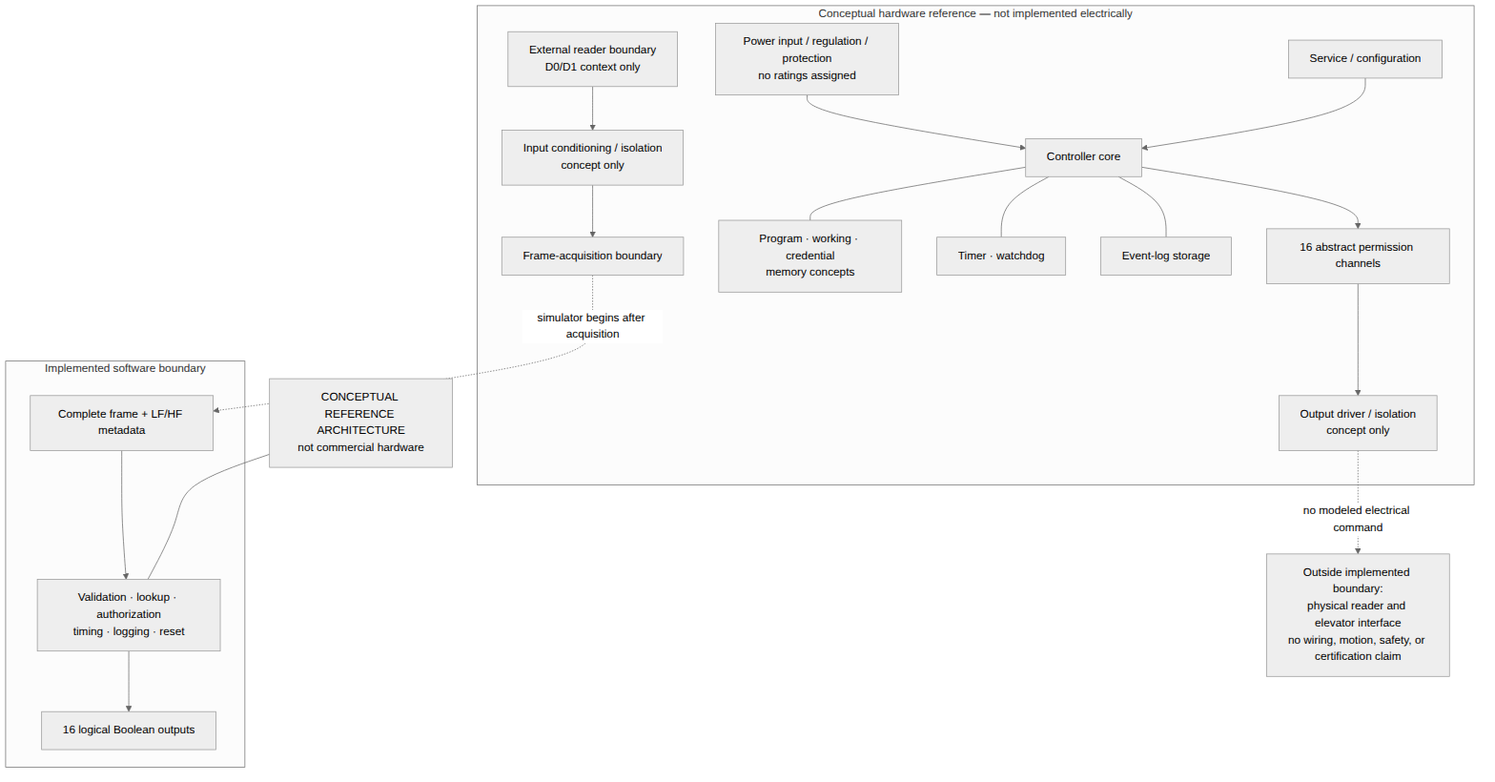
This is docs/figures/top_level_architecture.png from BarShtainv/EEEProjectElevator, a Mermaid export, as it was before one commit. Its source is kept beside it as docs/figures/top_level_architecture.mmd. Source of this version:
```mermaid
flowchart TB
    NOTE["CONCEPTUAL REFERENCE ARCHITECTURE<br/>not commercial hardware"]

    subgraph CONCEPT["Conceptual hardware reference — not implemented electrically"]
        PWR["Power input / regulation / protection<br/>no ratings assigned"]
        RDR["External reader boundary<br/>D0/D1 context only"]
        ISO["Input conditioning / isolation<br/>concept only"]
        ACQ["Frame-acquisition boundary"]
        CORE["Controller core"]
        MEM["Program · working · credential<br/>memory concepts"]
        TMW["Timer · watchdog"]
        ELOG["Event-log storage"]
        SVC["Service / configuration"]
        CH["16 abstract permission channels"]
        DRV["Output driver / isolation<br/>concept only"]
    end

    subgraph SIM["Implemented software boundary"]
        FRAME["Complete frame + LF/HF metadata"]
        MODEL["Validation · lookup · authorization<br/>timing · logging · reset"]
        ABSTRACT["16 logical Boolean outputs"]
    end

    OUTSIDE["Outside implemented boundary:<br/>physical reader and elevator interface<br/>no wiring, motion, safety, or certification claim"]

    PWR --> CORE
    RDR --> ISO --> ACQ -. "simulator begins after acquisition" .-> FRAME
    FRAME --> MODEL --> ABSTRACT
    CORE --- MEM
    CORE --- TMW
    CORE --- ELOG
    SVC --> CORE
    CORE --> CH --> DRV -. "no modeled electrical command" .-> OUTSIDE
    NOTE --- MODEL
```
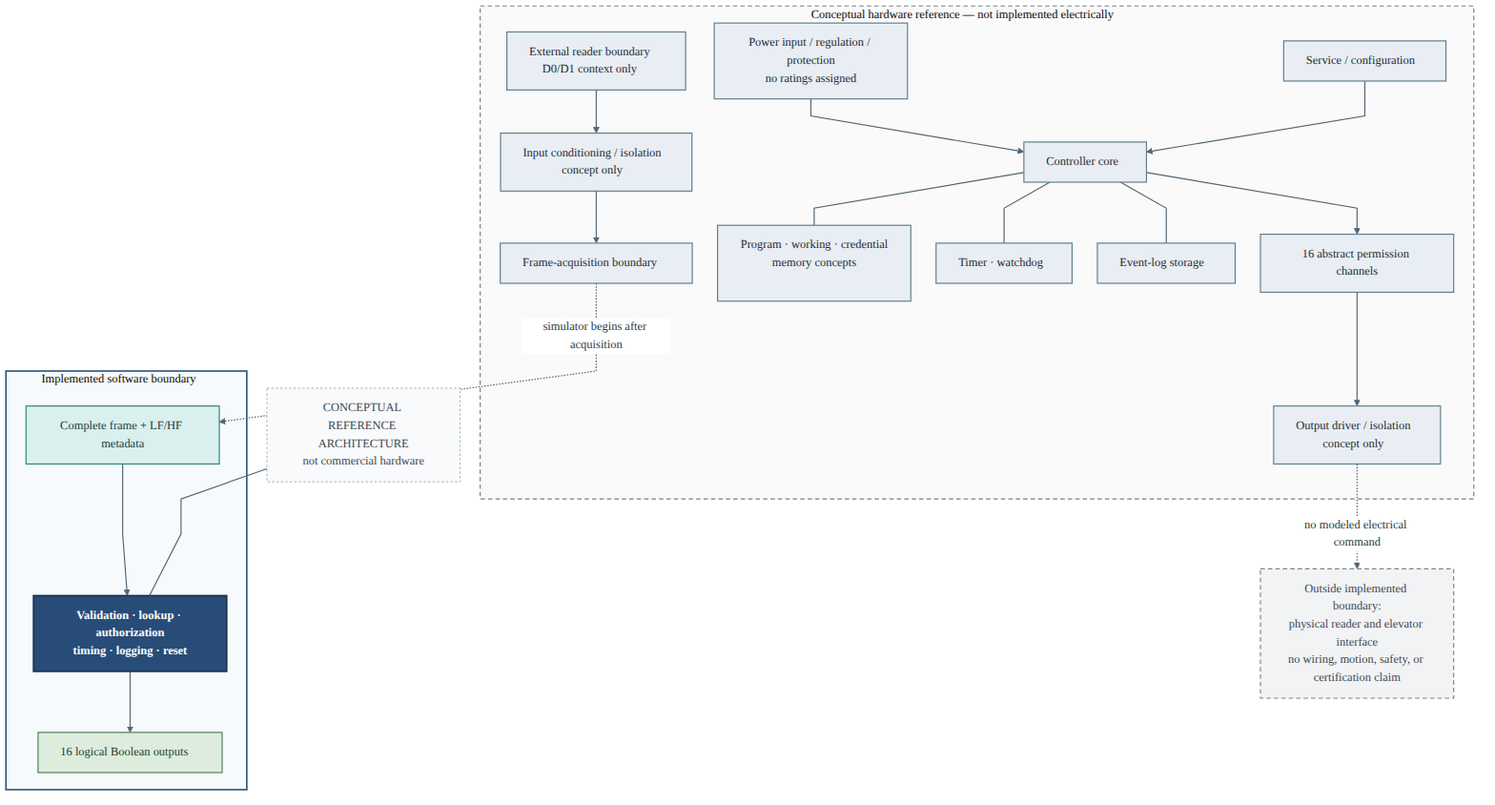
The same diagram one commit later.

The edit, as a diff of the source:
```diff
@@ -1,3 +1,4 @@
+%%{init: {"theme":"base","themeVariables":{"fontFamily":"Arial, sans-serif","fontSize":"16px","primaryTextColor":"#1F2933","lineColor":"#526574","edgeLabelBackground":"#FFFFFF","clusterBkg":"#F8FAFC","clusterBorder":"#8A9BA8"},"flowchart":{"curve":"linear","nodeSpacing":34,"rankSpacing":46,"htmlLabels":true}}}%%
 flowchart TB
     NOTE["CONCEPTUAL REFERENCE ARCHITECTURE<br/>not commercial hardware"]
 
@@ -32,3 +33,21 @@
     SVC --> CORE
     CORE --> CH --> DRV -. "no modeled electrical command" .-> OUTSIDE
     NOTE --- MODEL
+
+    classDef external fill:#E8EEF3,stroke:#607D8B,color:#1F2933,stroke-width:1.5px;
+    classDef controller fill:#274C77,stroke:#16324F,color:#FFFFFF,stroke-width:2px,font-weight:600;
+    classDef data fill:#D9F0EE,stroke:#2F7F7B,color:#183A3A,stroke-width:1.5px;
+    classDef success fill:#DDECDD,stroke:#4E7D57,color:#203D27,stroke-width:1.5px;
+    classDef outOfScope fill:#F1F3F5,stroke:#7A828A,color:#3E4850,stroke-width:1.5px,stroke-dasharray:6 4;
+    classDef note fill:#F8FAFC,stroke:#8A9BA8,color:#3E4850,stroke-width:1px,stroke-dasharray:3 3;
+
+    class PWR,RDR,ISO,ACQ,CORE,MEM,TMW,ELOG,SVC,CH,DRV external;
+    class FRAME data;
+    class MODEL controller;
+    class ABSTRACT success;
+    class OUTSIDE outOfScope;
+    class NOTE note;
+
+    style CONCEPT fill:#FAFAFA,stroke:#7A828A,stroke-width:1.5px,stroke-dasharray:6 4
+    style SIM fill:#F7FAFC,stroke:#274C77,stroke-width:2px
+    linkStyle default stroke:#526574,stroke-width:1.5px,color:#2B3A42
```
